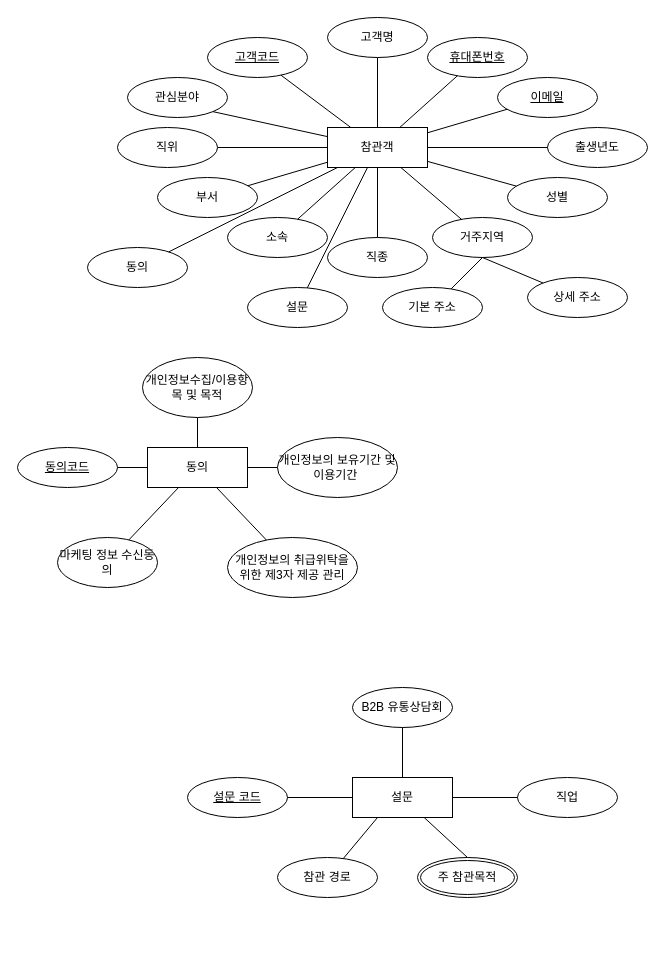
hann0079/erd-for-es keeps this draw.io diagram as space-design-fair-pre-erd.drawio. Above is the earlier version. Source tidied: cells renumbered, new cells numbered last; positions are measured from the earlier drawing's top-left corner, leaving out a move shared by most shapes. Both pictures are drawn from the tidied source at 100%, with x=0, y=0 at pixel (17, 17).
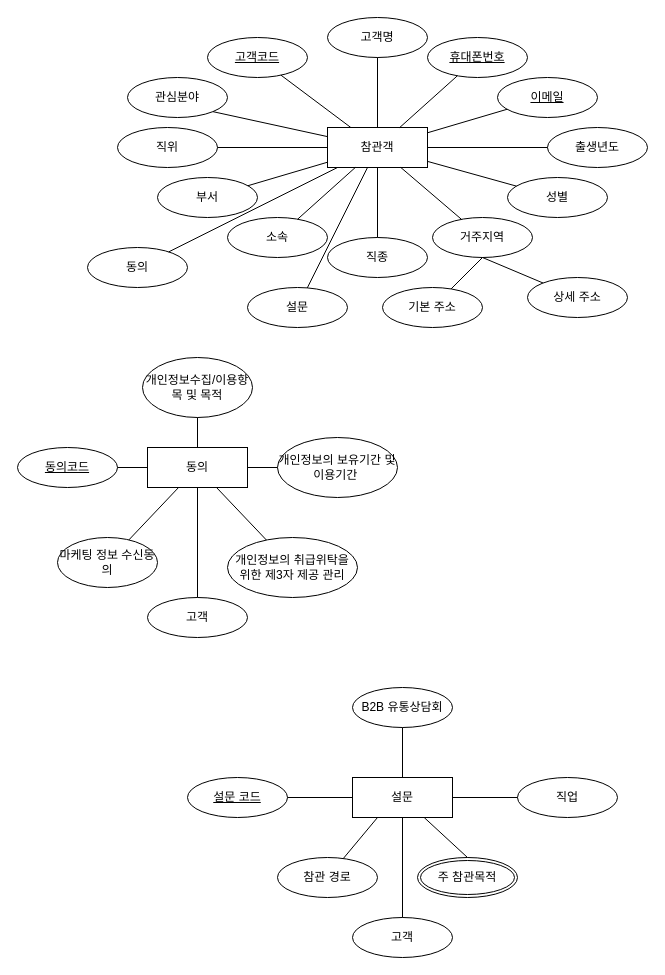
The same diagram, later.

Unchanged cells that the change refers to:
```xml
<mxCell id="21" value="동의" style="whiteSpace=wrap;html=1;align=center;" parent="1" vertex="1">
  <mxGeometry x="130" y="430" width="100" height="40" as="geometry" />
</mxCell>
<mxCell id="26" value="설문" style="whiteSpace=wrap;html=1;align=center;" parent="1" vertex="1">
  <mxGeometry x="335" y="760" width="100" height="40" as="geometry" />
</mxCell>
```

Change to the diagram source:
```diff
@@
+    <mxCell id="57" value="고객" style="ellipse;whiteSpace=wrap;html=1;align=center;" parent="1" vertex="1">
+      <mxGeometry x="130" y="580" width="100" height="40" as="geometry" />
+    </mxCell>
+    <mxCell id="58" value="고객" style="ellipse;whiteSpace=wrap;html=1;align=center;" parent="1" vertex="1">
+      <mxGeometry x="335" y="900" width="100" height="40" as="geometry" />
+    </mxCell>
+    <mxCell id="59" style="endArrow=none;html=1;rounded=0;entryX=0.5;entryY=1;entryDx=0;entryDy=0;" parent="1" edge="1" source="57" target="21">
+      <mxGeometry relative="1" as="geometry" />
+    </mxCell>
+    <mxCell id="60" style="endArrow=none;html=1;rounded=0;entryX=0.5;entryY=1;entryDx=0;entryDy=0;exitX=0.5;exitY=0;exitDx=0;exitDy=0;" parent="1" edge="1" source="58" target="26">
+      <mxGeometry relative="1" as="geometry" />
+    </mxCell>
```
